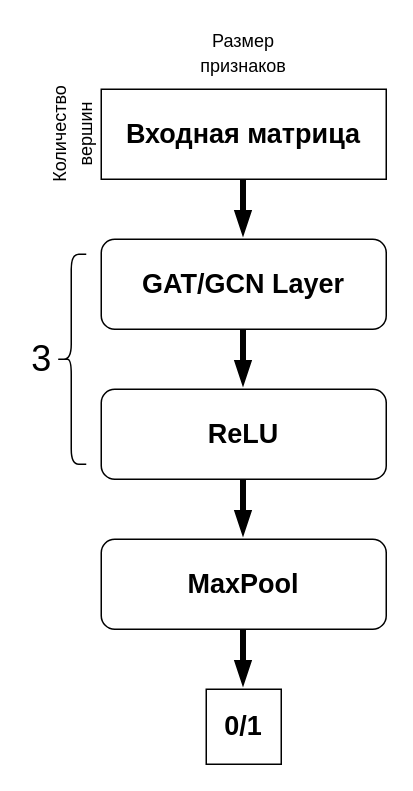
Kotstantinovskiy/QualWorkGapping keeps this draw.io diagram as GNN.drawio. Above is the earlier version. Source tidied: cells renumbered, new cells numbered last; positions are measured from the earlier drawing's top-left corner, leaving out a move shared by most shapes. Both pictures are drawn from the tidied source at 150%, with x=0, y=0 at pixel (10, 28).
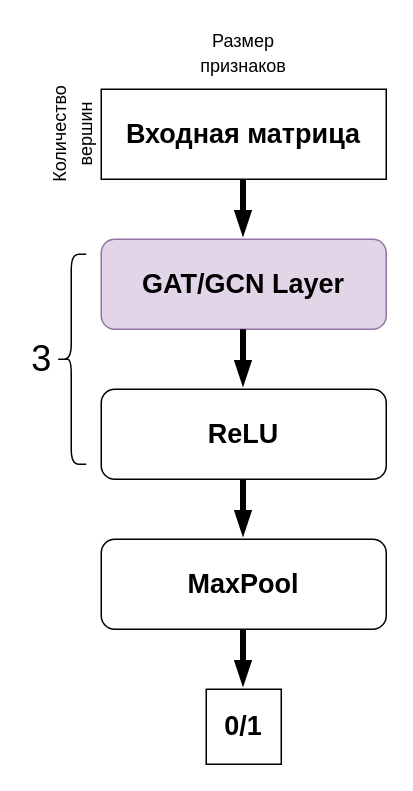
The same page after the edit.

Diff of the diagram source:
```diff
@@
 <mxGraphModel>
   <root>
     <mxCell id="0" />
     <mxCell id="1" parent="0" />
     <mxCell id="2" value="&lt;font style=&quot;font-size: 18px;&quot;&gt;&lt;b&gt;Входная матрица&lt;/b&gt;&lt;/font&gt;" style="rounded=0;whiteSpace=wrap;html=1;" parent="1" vertex="1">
       <mxGeometry x="60" y="40" width="190" height="60" as="geometry" />
     </mxCell>
     <mxCell id="3" style="endArrow=blockThin;html=1;rounded=0;endSize=6;strokeWidth=4;fillColor=#39434D;endFill=1;" parent="1" edge="1">
       <mxGeometry relative="1" as="geometry">
         <mxPoint x="154.5" y="100" as="sourcePoint" />
         <mxPoint x="154.5" y="137" as="targetPoint" />
       </mxGeometry>
     </mxCell>
-    <mxCell id="4" value="&lt;b&gt;GAT/GCN Layer&lt;/b&gt;" style="rounded=1;whiteSpace=wrap;html=1;fontSize=18;" parent="1" vertex="1">
+    <mxCell id="4" value="&lt;b&gt;GAT/GCN Layer&lt;/b&gt;" style="rounded=1;whiteSpace=wrap;html=1;fontSize=18;fillColor=#e1d5e7;strokeColor=#9673a6;" parent="1" vertex="1">
       <mxGeometry x="60" y="140" width="190" height="60" as="geometry" />
     </mxCell>
     <mxCell id="5" style="endArrow=blockThin;html=1;rounded=0;endSize=6;strokeWidth=4;fillColor=#39434D;endFill=1;" parent="1" edge="1">
       <mxGeometry relative="1" as="geometry">
         <mxPoint x="154.5" y="200" as="sourcePoint" />
         <mxPoint x="154.5" y="237" as="targetPoint" />
       </mxGeometry>
     </mxCell>
     <mxCell id="6" value="&lt;b&gt;ReLU&lt;/b&gt;" style="rounded=1;whiteSpace=wrap;html=1;fontSize=18;" parent="1" vertex="1">
       <mxGeometry x="60" y="240" width="190" height="60" as="geometry" />
     </mxCell>
     <mxCell id="7" style="endArrow=blockThin;html=1;rounded=0;endSize=6;strokeWidth=4;fillColor=#39434D;endFill=1;" parent="1" edge="1">
       <mxGeometry relative="1" as="geometry">
         <mxPoint x="154.5" y="300" as="sourcePoint" />
         <mxPoint x="154.5" y="337" as="targetPoint" />
       </mxGeometry>
     </mxCell>
     <mxCell id="8" value="&lt;b&gt;MaxPool&lt;br&gt;&lt;/b&gt;" style="rounded=1;whiteSpace=wrap;html=1;fontSize=18;" parent="1" vertex="1">
       <mxGeometry x="60" y="340" width="190" height="60" as="geometry" />
     </mxCell>
     <mxCell id="9" style="endArrow=blockThin;html=1;rounded=0;endSize=6;strokeWidth=4;fillColor=#39434D;endFill=1;" parent="1" edge="1">
       <mxGeometry relative="1" as="geometry">
         <mxPoint x="154.5" y="400" as="sourcePoint" />
         <mxPoint x="154.5" y="437" as="targetPoint" />
       </mxGeometry>
     </mxCell>
     <mxCell id="10" value="&lt;b&gt;0/1&lt;/b&gt;" style="rounded=0;whiteSpace=wrap;html=1;fontSize=18;" parent="1" vertex="1">
       <mxGeometry x="130" y="440" width="50" height="50" as="geometry" />
     </mxCell>
     <mxCell id="11" style="shape=curlyBracket;whiteSpace=wrap;html=1;rounded=1;fontSize=18;" parent="1" vertex="1">
       <mxGeometry x="30" y="150" width="20" height="140" as="geometry" />
     </mxCell>
     <mxCell id="12" value="&lt;span style=&quot;font-weight: normal;&quot;&gt;3&lt;/span&gt;" style="text;strokeColor=none;fillColor=none;html=1;fontSize=24;fontStyle=1;verticalAlign=middle;align=center;" parent="1" vertex="1">
       <mxGeometry x="10" y="200" width="20" height="40" as="geometry" />
     </mxCell>
     <mxCell id="13" value="&lt;font style=&quot;font-size: 12px;&quot;&gt;Количество&lt;br&gt;вершин&lt;/font&gt;" style="text;html=1;strokeColor=none;fillColor=none;align=center;verticalAlign=middle;whiteSpace=wrap;rounded=0;fontSize=14;rotation=-90;" parent="1" vertex="1">
       <mxGeometry y="55" width="80" height="30" as="geometry" />
     </mxCell>
     <mxCell id="14" value="&lt;span style=&quot;font-size: 12px;&quot;&gt;Размер признаков&lt;/span&gt;" style="text;html=1;strokeColor=none;fillColor=none;align=center;verticalAlign=middle;whiteSpace=wrap;rounded=0;fontSize=14;rotation=0;" parent="1" vertex="1">
       <mxGeometry x="115" width="80" height="30" as="geometry" />
     </mxCell>
   </root>
 </mxGraphModel>
```
